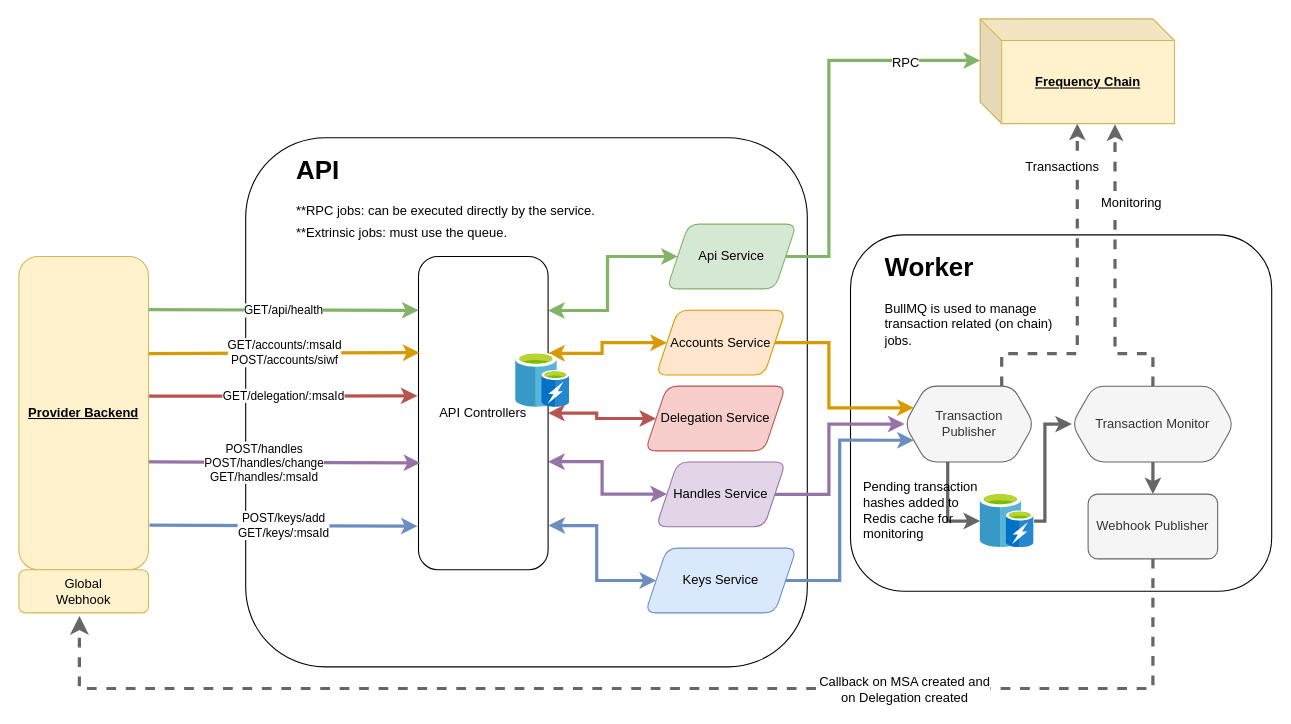
ProjectLibertyLabs/gateway keeps this draw.io diagram as services/account/docs/account_service_arch.drawio. Above is the earlier version. Source tidied: cells renumbered, new cells numbered last; positions are measured from the earlier drawing's top-left corner, leaving out a move shared by most shapes. Both pictures are drawn from the tidied source at 108%, with x=0, y=0 at pixel (18, 18).
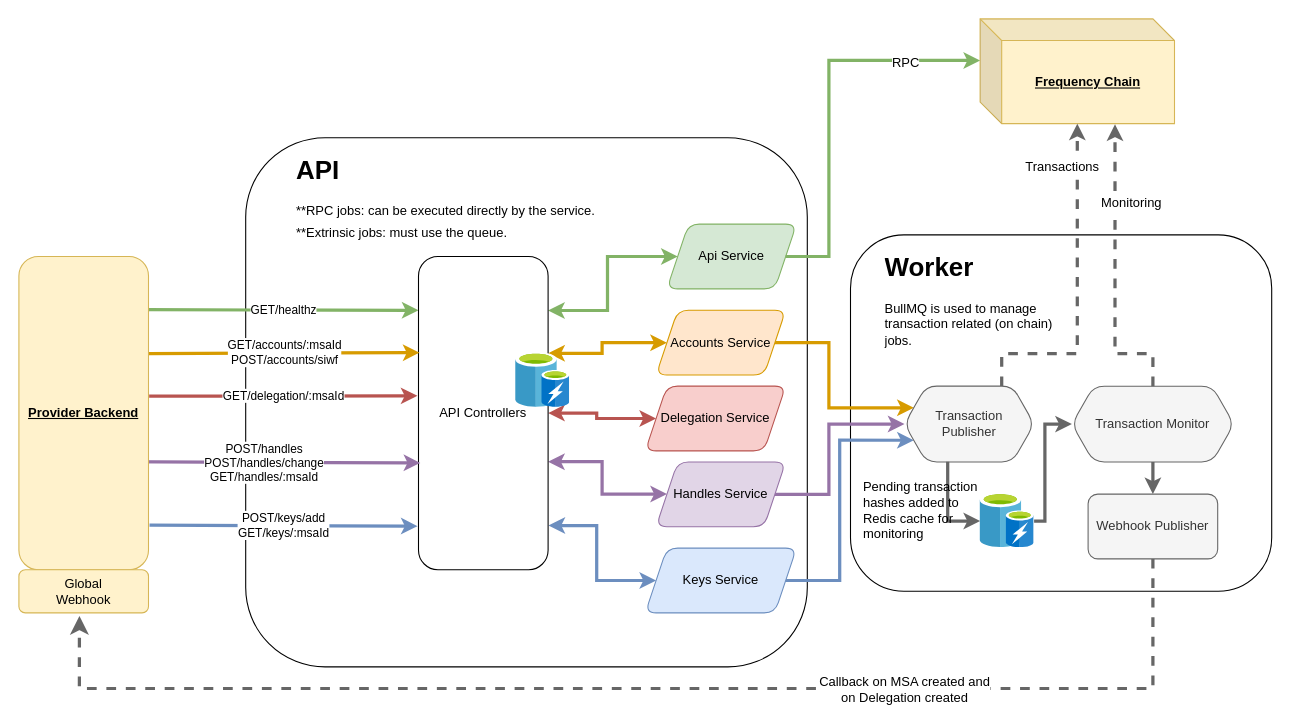
After the change.

Unchanged cells that the change refers to:
```xml
<mxCell id="10" value="API Controllers" style="rounded=1;whiteSpace=wrap;html=1;" parent="1" vertex="1">
  <mxGeometry x="370" y="220" width="120" height="290" as="geometry" />
</mxCell>
<mxCell id="14" value="&lt;u&gt;&lt;b&gt;Provider Backend&lt;/b&gt;&lt;/u&gt;" style="rounded=1;whiteSpace=wrap;html=1;fillColor=#fff2cc;strokeColor=#d6b656;fontColor=#000000;" parent="1" vertex="1">
  <mxGeometry y="220" width="120" height="290" as="geometry" />
</mxCell>
```

Diff of the diagram source:
```diff
@@
-    <mxCell id="4" value="GET/api/health" style="endArrow=classic;html=1;rounded=0;fillColor=#d5e8d4;strokeColor=#82b366;strokeWidth=3;exitX=0.996;exitY=0.17;exitDx=0;exitDy=0;exitPerimeter=0;entryX=0;entryY=0.172;entryDx=0;entryDy=0;entryPerimeter=0;" parent="1" edge="1" source="14" target="10">
+    <mxCell id="4" value="GET/healthz" style="endArrow=classic;html=1;rounded=0;fillColor=#d5e8d4;strokeColor=#82b366;strokeWidth=3;exitX=0.996;exitY=0.17;exitDx=0;exitDy=0;exitPerimeter=0;entryX=0;entryY=0.172;entryDx=0;entryDy=0;entryPerimeter=0;" parent="1" edge="1" source="14" target="10">
       <mxGeometry relative="1" as="geometry" />
     </mxCell>
```
